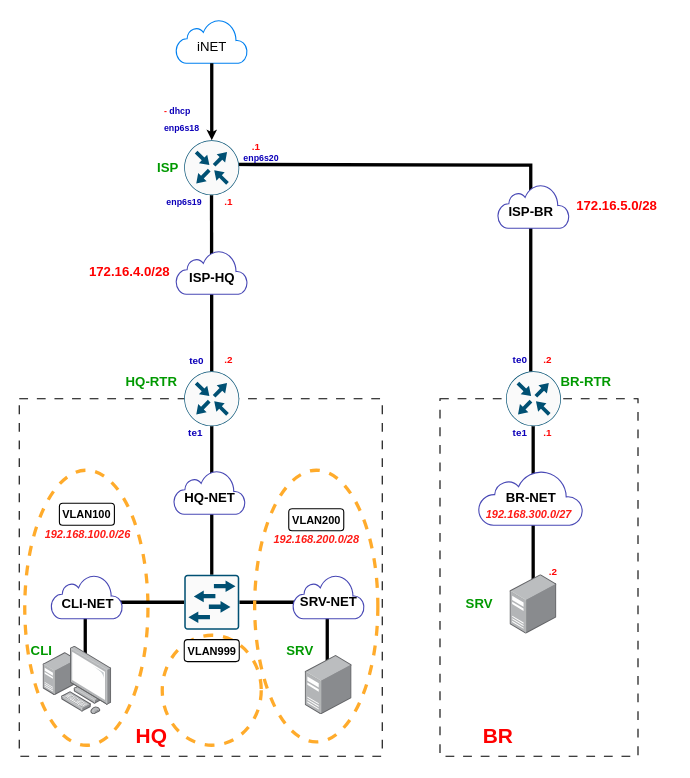
The draw.io diagram module1/Диаграмма без названия.drawio in Flicks1383/Demo-09.02.06-SysAdmin-2025, before the edit. Source tidied: cells renumbered, new cells numbered last; positions are measured from the earlier drawing's top-left corner, leaving out a move shared by most shapes. Both pictures are drawn from the tidied source at 110%, with x=0, y=0 at pixel (19, 19).
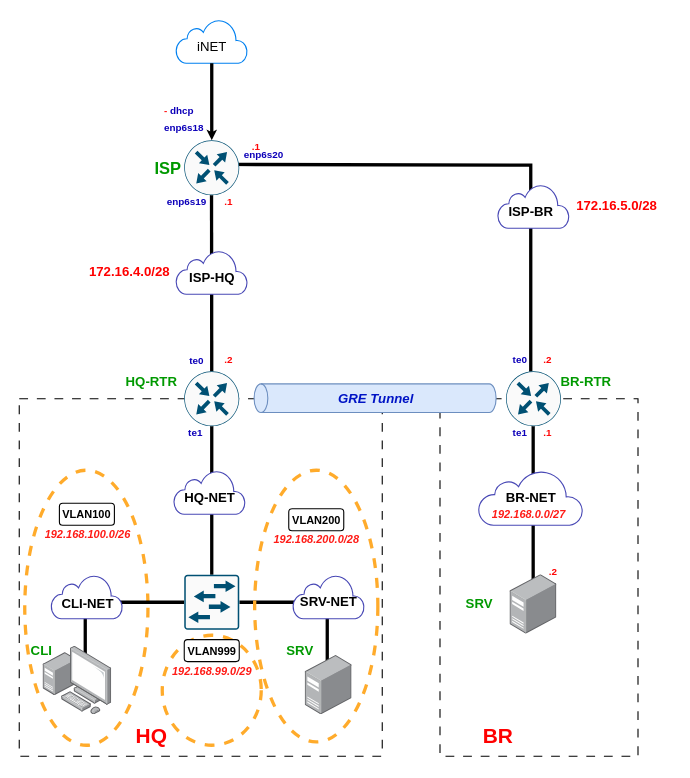
Above is the later version.

Change to the diagram source:
```diff
@@
-    <mxCell id="14" value="&lt;b&gt;&lt;font style=&quot;font-size: 8px;&quot;&gt;&lt;font style=&quot;color: rgb(255, 22, 22);&quot;&gt;- &lt;/font&gt;&lt;font style=&quot;color: rgb(13, 0, 185);&quot;&gt;dhcp&lt;/font&gt;&lt;/font&gt;&lt;/b&gt;&lt;div&gt;&lt;b&gt;&lt;font style=&quot;font-size: 8px;&quot;&gt;&lt;font style=&quot;color: rgb(13, 0, 185);&quot;&gt;enp6s18&lt;/font&gt;&lt;/font&gt;&lt;/b&gt;&lt;/div&gt;" style="text;html=1;align=left;verticalAlign=middle;strokeColor=none;fillColor=none;" parent="1" vertex="1">
+    <mxCell id="14" value="&lt;b&gt;&lt;font style=&quot;font-size: 9px;&quot;&gt;&lt;font style=&quot;color: rgb(255, 22, 22);&quot;&gt;- &lt;/font&gt;&lt;font style=&quot;color: rgb(13, 0, 185);&quot;&gt;dhcp&lt;/font&gt;&lt;/font&gt;&lt;/b&gt;&lt;div&gt;&lt;b&gt;&lt;font style=&quot;&quot;&gt;&lt;font style=&quot;color: rgb(13, 0, 185); font-size: 9px;&quot;&gt;enp6s18&lt;/font&gt;&lt;/font&gt;&lt;/b&gt;&lt;/div&gt;" style="text;html=1;align=left;verticalAlign=middle;strokeColor=none;fillColor=none;" parent="1" vertex="1">
       <mxGeometry x="130" y="70" width="60" height="40" as="geometry" />
     </mxCell>
-    <mxCell id="15" value="&lt;b&gt;&lt;font style=&quot;color: rgb(0, 153, 0);&quot;&gt;ISP&lt;/font&gt;&lt;/b&gt;" style="text;html=1;align=center;verticalAlign=middle;strokeColor=none;fillColor=none;" parent="1" vertex="1">
-      <mxGeometry x="115" y="120" width="40" height="30" as="geometry" />
+    <mxCell id="15" value="&lt;b&gt;&lt;font style=&quot;color: rgb(0, 153, 0); font-size: 15px;&quot;&gt;ISP&lt;/font&gt;&lt;/b&gt;" style="text;html=1;align=center;verticalAlign=middle;strokeColor=none;fillColor=none;" parent="1" vertex="1">
+      <mxGeometry x="110" y="120" width="50" height="30" as="geometry" />
     </mxCell>
@@
-    <mxCell id="26" value="&lt;div&gt;&lt;b&gt;&lt;font style=&quot;font-size: 8px;&quot;&gt;&lt;font style=&quot;color: rgb(255, 13, 8);&quot;&gt;&amp;nbsp;&lt;/font&gt;&lt;font style=&quot;color: rgb(13, 0, 185);&quot;&gt;enp6s19&lt;/font&gt;&lt;/font&gt;&lt;/b&gt;&lt;/div&gt;" style="text;html=1;align=left;verticalAlign=middle;strokeColor=none;fillColor=none;" parent="1" vertex="1">
+    <mxCell id="26" value="&lt;div&gt;&lt;b&gt;&lt;font style=&quot;font-size: 9px;&quot;&gt;&lt;font style=&quot;color: rgb(255, 13, 8);&quot;&gt;&amp;nbsp;&lt;/font&gt;&lt;font style=&quot;color: rgb(13, 0, 185);&quot;&gt;enp6s19&lt;/font&gt;&lt;/font&gt;&lt;/b&gt;&lt;/div&gt;" style="text;html=1;align=left;verticalAlign=middle;strokeColor=none;fillColor=none;" parent="1" vertex="1">
       <mxGeometry x="130" y="150" width="60" height="30" as="geometry" />
     </mxCell>
-    <mxCell id="27" value="&lt;div&gt;&lt;b&gt;&lt;font style=&quot;color: rgb(13, 0, 185); font-size: 8px;&quot;&gt;&lt;font style=&quot;color: rgb(255, 13, 8);&quot;&gt;&amp;nbsp;&lt;/font&gt;enp6s20&lt;/font&gt;&lt;/b&gt;&lt;/div&gt;" style="text;html=1;align=left;verticalAlign=middle;strokeColor=none;fillColor=none;" parent="1" vertex="1">
-      <mxGeometry x="200" y="110" width="60" height="30" as="geometry" />
+    <mxCell id="27" value="&lt;div&gt;&lt;b&gt;&lt;font style=&quot;color: rgb(13, 0, 185); font-size: 9px;&quot;&gt;&lt;font style=&quot;color: rgb(255, 13, 8);&quot;&gt;&amp;nbsp;&lt;/font&gt;enp6s20&lt;/font&gt;&lt;/b&gt;&lt;/div&gt;" style="text;html=1;align=left;verticalAlign=middle;strokeColor=none;fillColor=none;" parent="1" vertex="1">
+      <mxGeometry x="200" y="108" width="60" height="30" as="geometry" />
     </mxCell>
@@
-    <mxCell id="66" value="&lt;b&gt;&lt;i&gt;&lt;font style=&quot;color: rgb(255, 27, 22); font-size: 10px;&quot;&gt;192.168.300.0/27&lt;/font&gt;&lt;/i&gt;&lt;/b&gt;" style="text;html=1;align=center;verticalAlign=middle;strokeColor=none;fillColor=none;" parent="1" vertex="1">
-      <mxGeometry x="412.5" y="435" width="100" height="30" as="geometry" />
+    <mxCell id="66" value="&lt;b&gt;&lt;i&gt;&lt;font style=&quot;color: rgb(255, 27, 22); font-size: 10px;&quot;&gt;192.168.0.0/27&lt;/font&gt;&lt;/i&gt;&lt;/b&gt;" style="text;html=1;align=center;verticalAlign=middle;strokeColor=none;fillColor=none;" parent="1" vertex="1">
+      <mxGeometry x="417.5" y="435" width="90" height="30" as="geometry" />
     </mxCell>
@@
+    <mxCell id="69" value="&lt;b&gt;&lt;i&gt;&lt;font style=&quot;color: rgb(255, 27, 22); font-size: 10px;&quot;&gt;192.168.99.0/29&lt;/font&gt;&lt;/i&gt;&lt;/b&gt;" style="text;html=1;align=center;verticalAlign=middle;strokeColor=none;fillColor=none;" parent="1" vertex="1">
+      <mxGeometry x="125" y="578.4" width="100" height="30" as="geometry" />
+    </mxCell>
+    <mxCell id="70" style="shape=cylinder3;whiteSpace=wrap;html=1;boundedLbl=1;backgroundOutline=1;size=6.2384521484375455;rotation=-90;fillColor=#dae8fc;strokeColor=#6c8ebf;" parent="1" vertex="1">
+      <mxGeometry x="310.5" y="234.5" width="26" height="220" as="geometry" />
+    </mxCell>
+    <mxCell id="71" value="&lt;b&gt;&lt;i&gt;&lt;font style=&quot;color: rgb(0, 20, 197);&quot;&gt;GRE Tunnel&lt;/font&gt;&lt;/i&gt;&lt;/b&gt;" style="text;html=1;align=center;verticalAlign=middle;strokeColor=none;fillColor=none;" parent="1" vertex="1">
+      <mxGeometry x="278.5" y="329.5" width="90" height="30" as="geometry" />
+    </mxCell>
```
